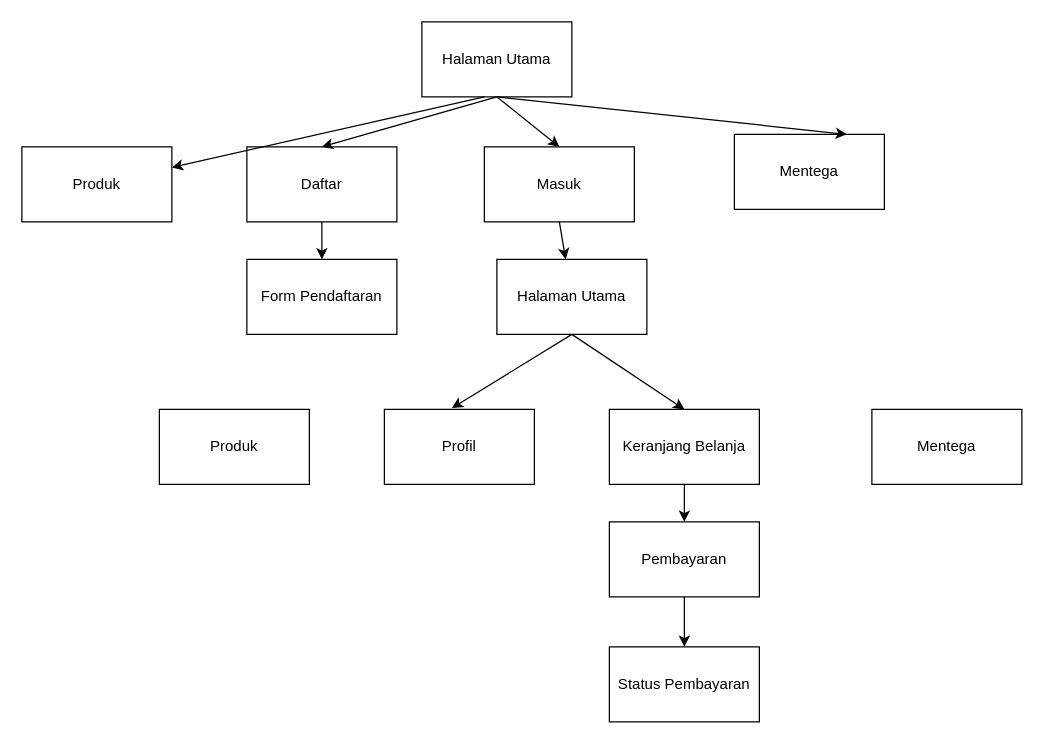
The draw.io diagram new Diagram.drawio in tatagonyx/git-branchy, before the edit. Source tidied: cells renumbered, new cells numbered last; positions are measured from the earlier drawing's top-left corner, leaving out a move shared by most shapes. Both pictures are drawn from the tidied source at 125%, with x=0, y=0 at pixel (21, 21).
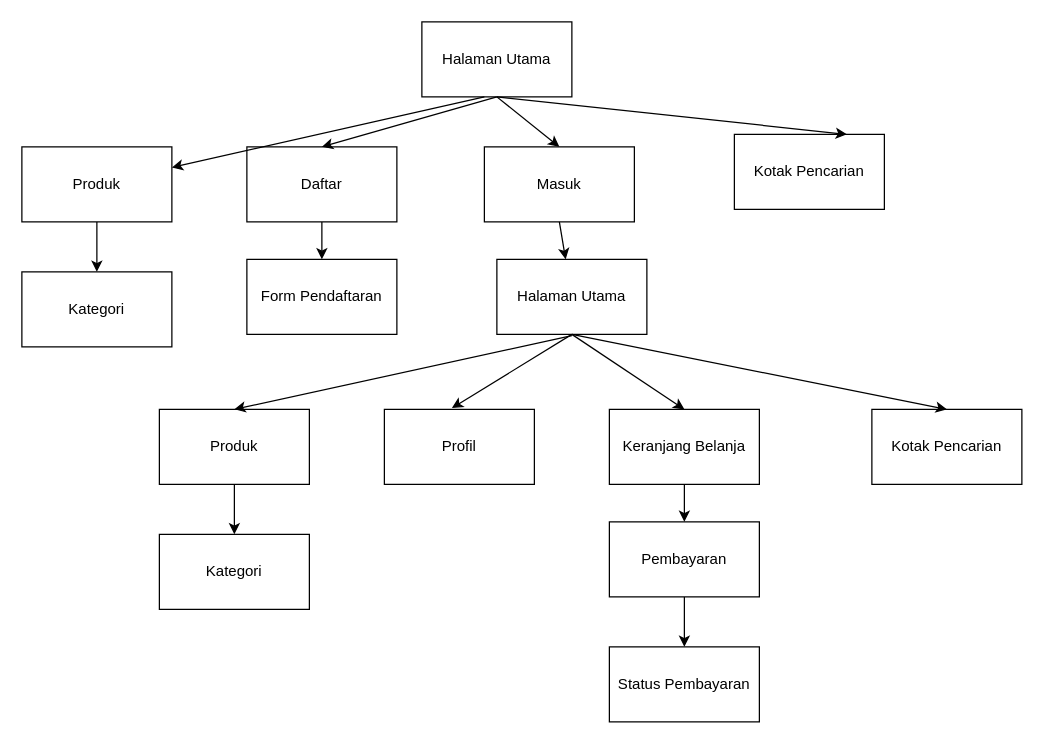
Above is the later version.

The change refers to these unchanged cells:
```xml
<mxCell id="3" value="Produk" style="rounded=0;whiteSpace=wrap;html=1;" parent="1" vertex="1">
  <mxGeometry y="100" width="120" height="60" as="geometry" />
</mxCell>
<mxCell id="9" value="Produk" style="rounded=0;whiteSpace=wrap;html=1;" parent="1" vertex="1">
  <mxGeometry x="110" y="310" width="120" height="60" as="geometry" />
</mxCell>
```

What changed in the source:
```diff
@@
-    <mxCell id="6" value="Mentega" style="rounded=0;whiteSpace=wrap;html=1;" parent="1" vertex="1">
+    <mxCell id="6" value="Kotak Pencarian" style="rounded=0;whiteSpace=wrap;html=1;" parent="1" vertex="1">
       <mxGeometry x="570" y="90" width="120" height="60" as="geometry" />
     </mxCell>
@@
-    <mxCell id="12" value="Mentega" style="rounded=0;whiteSpace=wrap;html=1;" parent="1" vertex="1">
+    <mxCell id="12" value="Kotak Pencarian" style="rounded=0;whiteSpace=wrap;html=1;" parent="1" vertex="1">
       <mxGeometry x="680" y="310" width="120" height="60" as="geometry" />
     </mxCell>
@@
+    <mxCell id="25" style="endArrow=classic;html=1;entryX=0.5;entryY=0;entryDx=0;entryDy=0;" parent="1" edge="1" target="9">
+      <mxGeometry relative="1" as="geometry">
+        <mxPoint x="440" y="251" as="sourcePoint" />
+      </mxGeometry>
+    </mxCell>
+    <mxCell id="26" style="endArrow=classic;html=1;entryX=0.5;entryY=0;entryDx=0;entryDy=0;" parent="1" edge="1" target="12">
+      <mxGeometry relative="1" as="geometry">
+        <mxPoint x="440" y="250" as="sourcePoint" />
+      </mxGeometry>
+    </mxCell>
+    <mxCell id="27" value="Kategori" style="rounded=0;whiteSpace=wrap;html=1;" parent="1" vertex="1">
+      <mxGeometry y="200" width="120" height="60" as="geometry" />
+    </mxCell>
+    <mxCell id="28" value="Kategori" style="rounded=0;whiteSpace=wrap;html=1;" parent="1" vertex="1">
+      <mxGeometry x="110" y="410" width="120" height="60" as="geometry" />
+    </mxCell>
+    <mxCell id="29" style="endArrow=classic;html=1;exitX=0.5;exitY=1;exitDx=0;exitDy=0;entryX=0.5;entryY=0;entryDx=0;entryDy=0;" parent="1" edge="1" source="3" target="27">
+      <mxGeometry relative="1" as="geometry" />
+    </mxCell>
+    <mxCell id="30" style="endArrow=classic;html=1;exitX=0.5;exitY=1;exitDx=0;exitDy=0;entryX=0.5;entryY=0;entryDx=0;entryDy=0;" parent="1" edge="1" source="9" target="28">
+      <mxGeometry relative="1" as="geometry" />
+    </mxCell>
```
